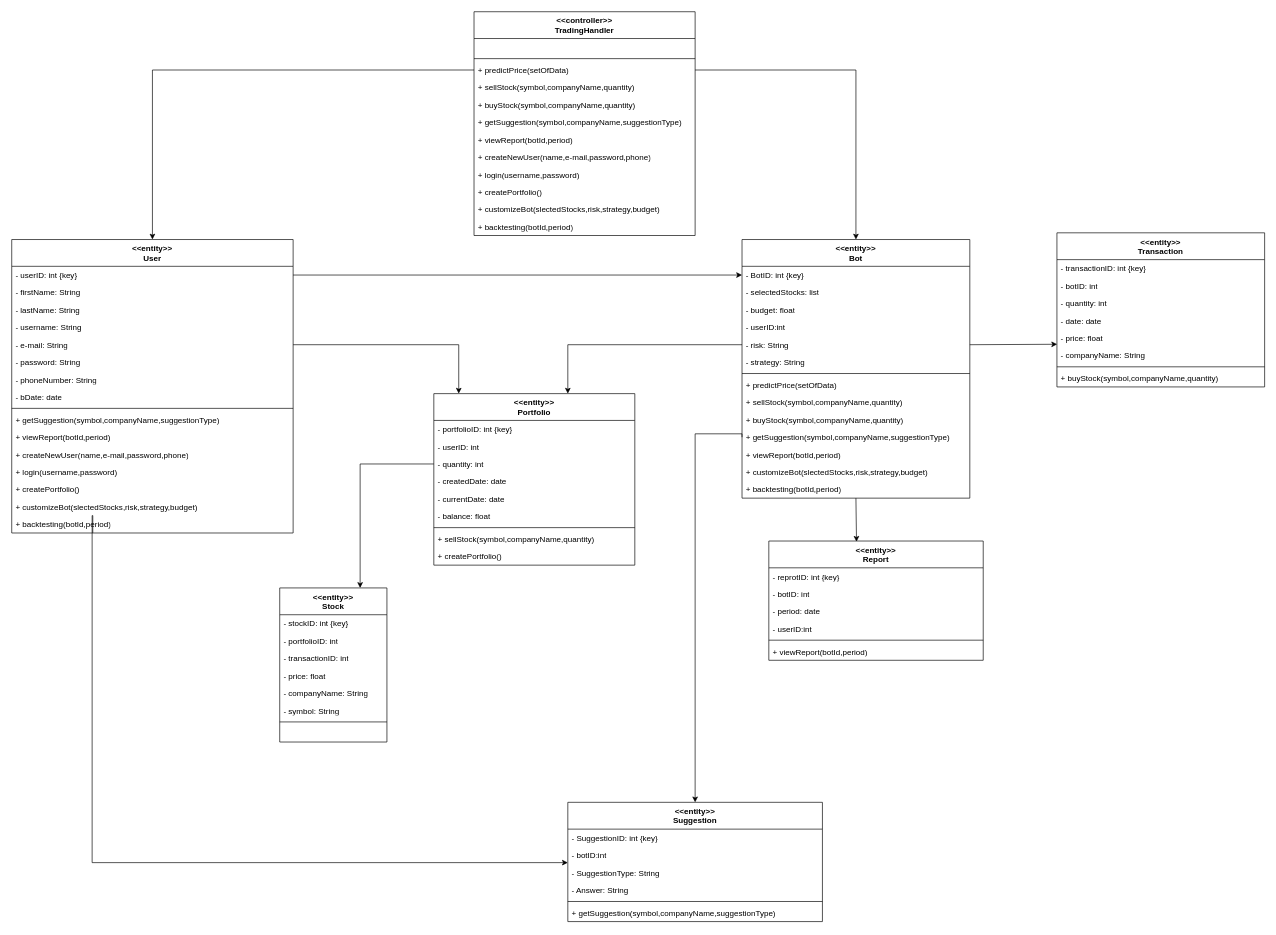
The draw.io diagram Diagrams/FINAL_CUT_CLASS DIAGRAM.drawio in Abdulmohsen23/IS498, before the edit. Source tidied: cells renumbered, new cells numbered last; positions are measured from the earlier drawing's top-left corner, leaving out a move shared by most shapes. Both pictures are drawn from the tidied source at 67%, with x=0, y=0 at pixel (11, 11).
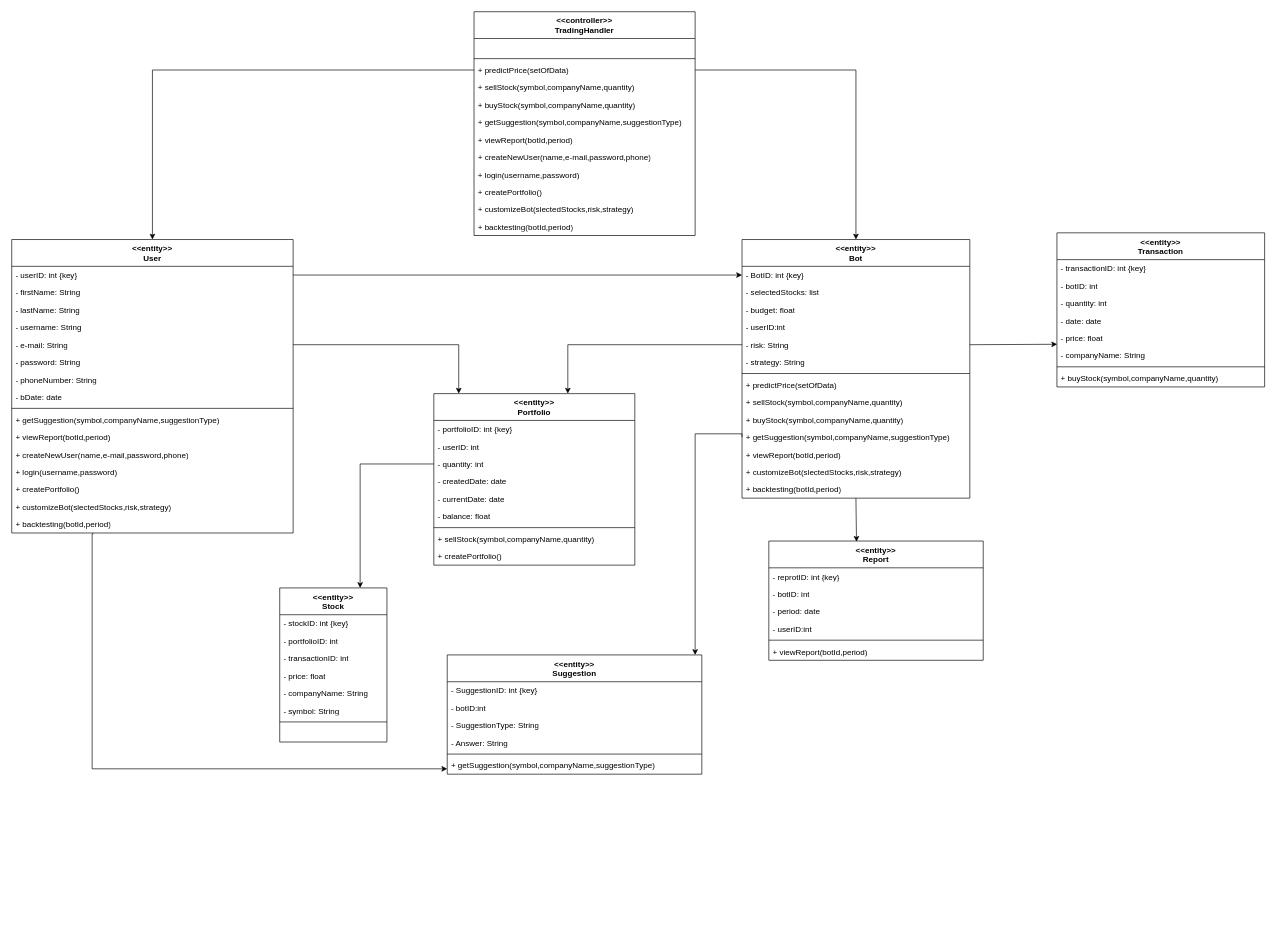
The same diagram, later.

Unchanged cells that the change refers to:
```xml
<mxCell id="2" value="&lt;div&gt;&amp;lt;&amp;lt;entity&amp;gt;&amp;gt;&lt;/div&gt;&lt;div&gt;User&lt;br&gt;&lt;/div&gt;" style="swimlane;fontStyle=1;align=center;verticalAlign=top;horizontal=1;startSize=40;whiteSpace=wrap;html=1;" parent="1" vertex="1">
  <mxGeometry y="340" width="420" height="438" as="geometry" />
</mxCell>
<mxCell id="18" value="+ backtesting(botId,period)" style="text;strokeColor=none;fillColor=none;align=left;verticalAlign=top;spacingLeft=4;spacingRight=4;overflow=hidden;points=[[0,0.5],[1,0.5]];portConstraint=eastwest;whiteSpace=wrap;html=1;" parent="2" vertex="1">
  <mxGeometry y="412" width="420" height="26" as="geometry" />
</mxCell>
<mxCell id="30" value="&lt;div&gt;&amp;lt;&amp;lt;controller&amp;gt;&amp;gt;&lt;/div&gt;&lt;div&gt;TradingHandler&lt;br&gt;&lt;/div&gt;" style="swimlane;fontStyle=1;align=center;verticalAlign=top;horizontal=1;startSize=40;whiteSpace=wrap;html=1;" parent="1" vertex="1">
  <mxGeometry x="690" width="330" height="334" as="geometry" />
</mxCell>
<mxCell id="63" value="- botID:int" style="text;strokeColor=none;fillColor=none;align=left;verticalAlign=top;spacingLeft=4;spacingRight=4;overflow=hidden;points=[[0,0.5],[1,0.5]];portConstraint=eastwest;whiteSpace=wrap;html=1;" parent="61" vertex="1">
  <mxGeometry y="66" width="380" height="26" as="geometry" />
</mxCell>
<mxCell id="69" value="&lt;div&gt;&amp;lt;&amp;lt;entity&amp;gt;&amp;gt;&lt;/div&gt;&lt;div&gt;Bot&lt;br&gt;&lt;/div&gt;" style="swimlane;fontStyle=1;align=center;verticalAlign=top;horizontal=1;startSize=40;whiteSpace=wrap;html=1;" parent="1" vertex="1">
  <mxGeometry x="1090" y="340" width="340" height="386" as="geometry" />
</mxCell>
<mxCell id="80" value="+ getSuggestion(symbol,companyName,suggestionType)" style="text;strokeColor=none;fillColor=none;align=left;verticalAlign=top;spacingLeft=4;spacingRight=4;overflow=hidden;points=[[0,0.5],[1,0.5]];portConstraint=eastwest;whiteSpace=wrap;html=1;" parent="69" vertex="1">
  <mxGeometry y="282" width="340" height="26" as="geometry" />
</mxCell>
```

Diff of the diagram source:
```diff
@@
-    <mxCell id="17" value="+ customizeBot(slectedStocks,risk,strategy,budget)" style="text;strokeColor=none;fillColor=none;align=left;verticalAlign=top;spacingLeft=4;spacingRight=4;overflow=hidden;whiteSpace=wrap;html=1;" parent="2" vertex="1">
+    <mxCell id="17" value="+ customizeBot(slectedStocks,risk,strategy)" style="text;strokeColor=none;fillColor=none;align=left;verticalAlign=top;spacingLeft=4;spacingRight=4;overflow=hidden;whiteSpace=wrap;html=1;" parent="2" vertex="1">
       <mxGeometry y="386" width="420" height="26" as="geometry" />
     </mxCell>
@@
-    <mxCell id="41" value="&lt;div&gt;+ customizeBot(slectedStocks,risk,strategy,budget)&lt;/div&gt;" style="text;strokeColor=none;fillColor=none;align=left;verticalAlign=top;spacingLeft=4;spacingRight=4;overflow=hidden;whiteSpace=wrap;html=1;" parent="30" vertex="1">
+    <mxCell id="41" value="&lt;div&gt;+ customizeBot(slectedStocks,risk,strategy)&lt;/div&gt;" style="text;strokeColor=none;fillColor=none;align=left;verticalAlign=top;spacingLeft=4;spacingRight=4;overflow=hidden;whiteSpace=wrap;html=1;" parent="30" vertex="1">
       <mxGeometry y="282" width="330" height="26" as="geometry" />
     </mxCell>
@@
     <mxCell id="61" value="&lt;div&gt;&amp;lt;&amp;lt;entity&amp;gt;&amp;gt;&lt;/div&gt;&lt;div&gt;Suggestion&lt;br&gt;&lt;/div&gt;" style="swimlane;fontStyle=1;align=center;verticalAlign=top;horizontal=1;startSize=40;whiteSpace=wrap;html=1;" parent="1" vertex="1">
-      <mxGeometry x="830" y="1180" width="380" height="178" as="geometry" />
+      <mxGeometry x="650" y="960" width="380" height="178" as="geometry" />
     </mxCell>
@@
-    <mxCell id="68" style="endArrow=classic;html=1;rounded=0;edgeStyle=orthogonalEdgeStyle;exitX=0.288;exitY=0.995;exitDx=0;exitDy=0;exitPerimeter=0;" parent="1" edge="1" source="18" target="63">
+    <mxCell id="68" style="endArrow=classic;html=1;rounded=0;edgeStyle=orthogonalEdgeStyle;exitX=0.288;exitY=0.995;exitDx=0;exitDy=0;exitPerimeter=0;" parent="1" edge="1" source="18">
       <mxGeometry relative="1" as="geometry">
+        <mxPoint x="650" y="1130" as="targetPoint" />
         <Array as="points">
-          <mxPoint x="120" y="752" />
-          <mxPoint x="120" y="1270" />
+          <mxPoint x="121" y="780" />
+          <mxPoint x="120" y="1130" />
+          <mxPoint x="650" y="1130" />
         </Array>
       </mxGeometry>
     </mxCell>
@@
-    <mxCell id="82" value="+ customizeBot(slectedStocks,risk,strategy,budget)" style="text;strokeColor=none;fillColor=none;align=left;verticalAlign=top;spacingLeft=4;spacingRight=4;overflow=hidden;whiteSpace=wrap;html=1;" parent="69" vertex="1">
+    <mxCell id="82" value="+ customizeBot(slectedStocks,risk,strategy)" style="text;strokeColor=none;fillColor=none;align=left;verticalAlign=top;spacingLeft=4;spacingRight=4;overflow=hidden;whiteSpace=wrap;html=1;" parent="69" vertex="1">
       <mxGeometry y="334" width="340" height="26" as="geometry" />
     </mxCell>
@@
-    <mxCell id="95" style="endArrow=classic;html=1;rounded=0;edgeStyle=orthogonalEdgeStyle;entryX=0.5;entryY=0;entryDx=0;entryDy=0;exitX=0;exitY=0.5;exitDx=0;exitDy=0;" parent="1" edge="1" source="80" target="61">
+    <mxCell id="95" style="endArrow=classic;html=1;rounded=0;edgeStyle=orthogonalEdgeStyle;exitX=0;exitY=0.5;exitDx=0;exitDy=0;" parent="1" edge="1" source="80">
       <mxGeometry relative="1" as="geometry">
+        <mxPoint x="1020" y="960" as="targetPoint" />
         <Array as="points">
           <mxPoint x="1090" y="630" />
           <mxPoint x="1020" y="630" />
         </Array>
       </mxGeometry>
     </mxCell>
```
